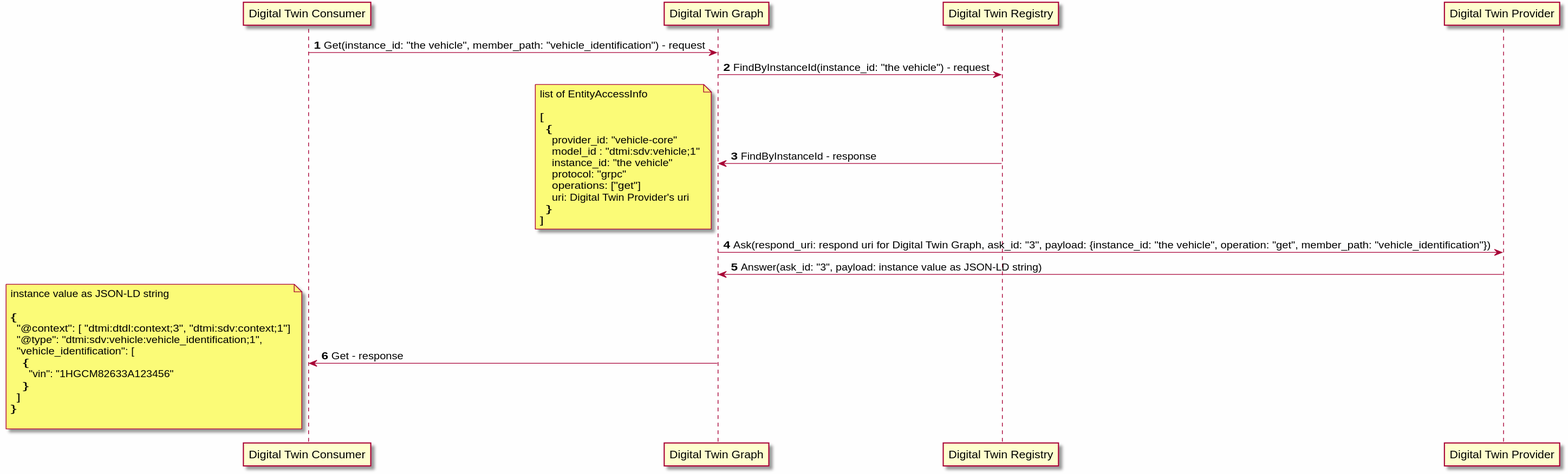
Earlier version of the PlantUML export docs/design/modules/digital_twin_graph/diagrams/get_sequence.svg (eclipse-ibeji/ibeji). Source of this version:
```plantuml
@startuml
skinparamlocked backgroundColor fefefe

autonumber

participant "Digital Twin Consumer" as CONSUMER
participant "Digital Twin Graph" as DIGITAL_TWIN_GRAPH
participant "Digital Twin Registry" as DIGITAL_TWIN_REGISTRY
participant "Digital Twin Provider" as PROVIDER

CONSUMER -> DIGITAL_TWIN_GRAPH: Get(instance_id: "the vehicle", member_path: "vehicle_identification") - request

DIGITAL_TWIN_GRAPH -> DIGITAL_TWIN_REGISTRY: FindByInstanceId(instance_id: "the vehicle") - request
DIGITAL_TWIN_GRAPH <- DIGITAL_TWIN_REGISTRY: FindByInstanceId - response
note left
  list of EntityAccessInfo

  [
    {
      provider_id: "vehicle-core"
      model_id : "dtmi:sdv:vehicle;1"
      instance_id: "the vehicle"
      protocol: "grpc"
      operations: ["get"]
      uri: Digital Twin Provider's uri
    }
  ]
end note

DIGITAL_TWIN_GRAPH -> PROVIDER: Ask(respond_uri: respond uri for Digital Twin Graph, ask_id: "3", payload: {instance_id: "the vehicle", operation: "get", member_path: "vehicle_identification"})
DIGITAL_TWIN_GRAPH <- PROVIDER: Answer(ask_id: "3", payload: instance value as JSON-LD string)

CONSUMER <- DIGITAL_TWIN_GRAPH: Get - response
note left
  instance value as JSON-LD string

  {
    "@context": [ "dtmi:dtdl:context;3", "dtmi:sdv:context;1"]
    "@type": "dtmi:sdv:vehicle:vehicle_identification;1",
    "vehicle_identification": [
      {
        "vin": "1HGCM82633A123456"
      }
    ]
  }

end note

@enduml
```
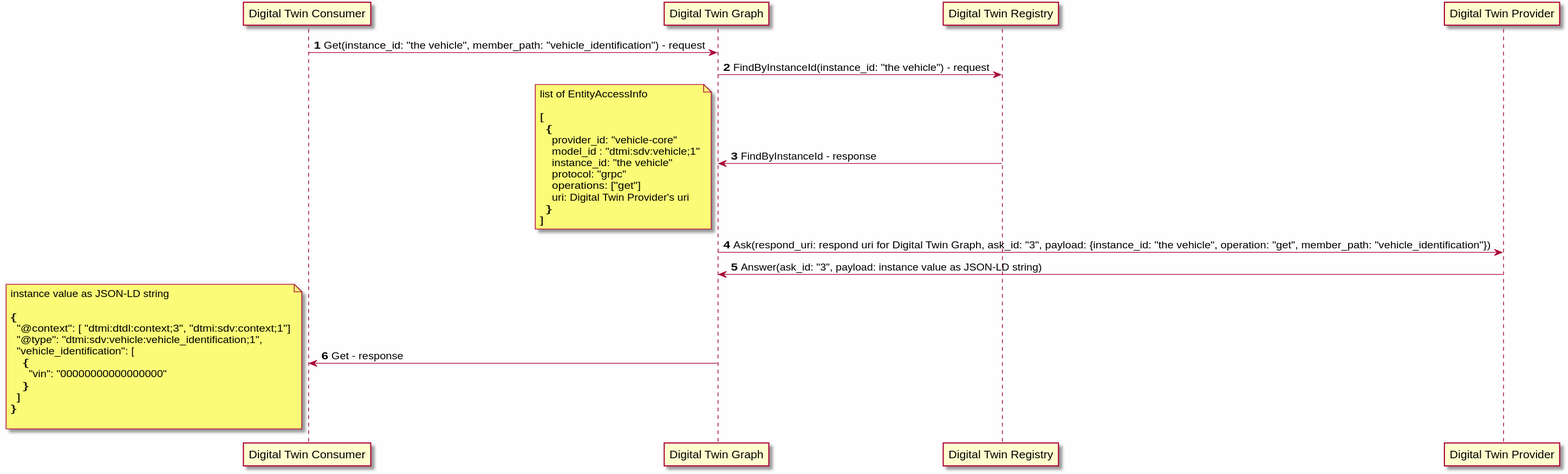
The same file after the commit.

Commit message:
Generate PlantUML Diagrams

What changed in the source:
```diff
@@ -39,7 +39,7 @@
     "@type": "dtmi:sdv:vehicle:vehicle_identification;1",
     "vehicle_identification": [
       {
-        "vin": "1HGCM82633A123456"
+        "vin": "00000000000000000"
       }
     ]
   }
```
